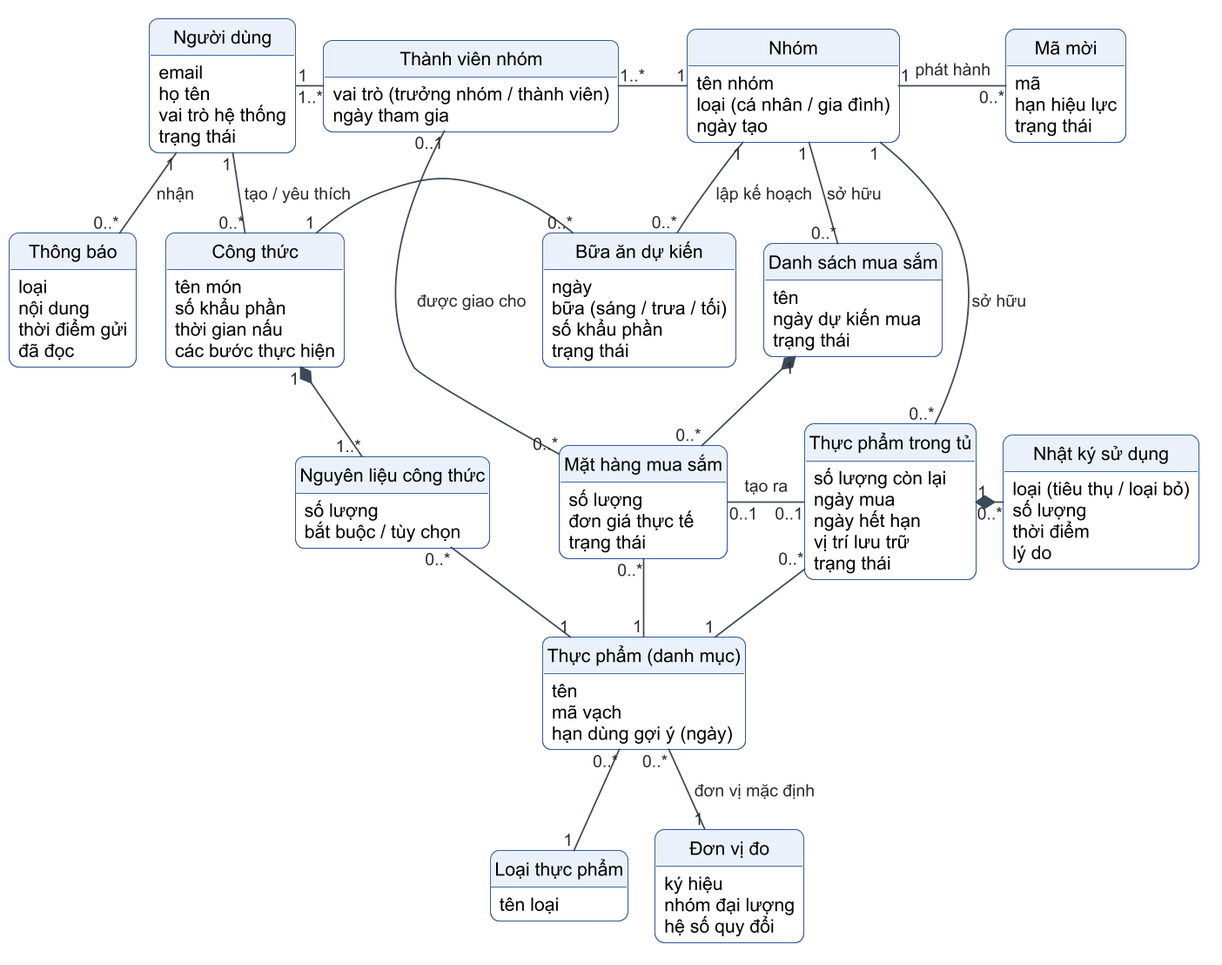
Before: figures/diagrams/c1-10-mo-hinh-khai-niem.png, a diagram exported from PlantUML (PhucNguyen204/report-project). The source it was exported from:
```plantuml
@startuml c1-10-mo-hinh-khai-niem
!include _style.iuml
hide circle
hide methods
skinparam nodesep 45
skinparam ranksep 55

class "Người dùng" as ND {
  email
  họ tên
  vai trò hệ thống
  trạng thái
}
class "Thành viên nhóm" as TV {
  {field} vai trò (trưởng nhóm / thành viên)
  ngày tham gia
}
class "Nhóm" as NH {
  tên nhóm
  {field} loại (cá nhân / gia đình)
  ngày tạo
}
class "Mã mời" as MM {
  mã
  hạn hiệu lực
  trạng thái
}
class "Thông báo" as TB {
  loại
  nội dung
  thời điểm gửi
  đã đọc
}
class "Công thức" as CT {
  tên món
  số khẩu phần
  thời gian nấu
  các bước thực hiện
}
class "Bữa ăn dự kiến" as BA {
  ngày
  {field} bữa (sáng / trưa / tối)
  số khẩu phần
  trạng thái
}
class "Danh sách mua sắm" as DS {
  tên
  ngày dự kiến mua
  trạng thái
}
class "Thực phẩm trong tủ" as TT {
  số lượng còn lại
  ngày mua
  ngày hết hạn
  vị trí lưu trữ
  trạng thái
}
class "Nhật ký sử dụng" as NK {
  {field} loại (tiêu thụ / loại bỏ)
  số lượng
  thời điểm
  lý do
}
class "Nguyên liệu công thức" as NL {
  số lượng
  bắt buộc / tùy chọn
}
class "Mặt hàng mua sắm" as MH {
  số lượng
  đơn giá thực tế
  trạng thái
}
class "Thực phẩm (danh mục)" as TP {
  tên
  mã vạch
  {field} hạn dùng gợi ý (ngày)
}
class "Loại thực phẩm" as LT {
  tên loại
}
class "Đơn vị đo" as DV {
  ký hiệu
  nhóm đại lượng
  hệ số quy đổi
}

ND "1" -right- "1..*" TV
TV "1..*" -right- "1" NH
NH "1" -right- "0..*" MM : phát hành >
ND "1" -down- "0..*" TB : nhận >
ND "1" -down- "0..*" CT : tạo / yêu thích >
NH "1" -down- "0..*" BA : lập kế hoạch >
NH "1" -down- "0..*" DS : sở hữu >
NH "1" -down- "0..*" TT : sở hữu >
CT "1" -right- "0..*" BA
TB -[hidden]right- CT
BA -[hidden]right- DS
CT "1" *-down- "1..*" NL
DS "1" *-down- "0..*" MH
MH "0..*" -up- "0..1" TV : được giao cho >
MH "0..1" -right- "0..1" TT : tạo ra >
TT "1" *-right- "0..*" NK
NL "0..*" -down- "1" TP
MH "0..*" -down- "1" TP
TT "0..*" -down- "1" TP
TP "0..*" -down- "1" LT
TP "0..*" -down- "1" DV : đơn vị mặc định >
@enduml
```
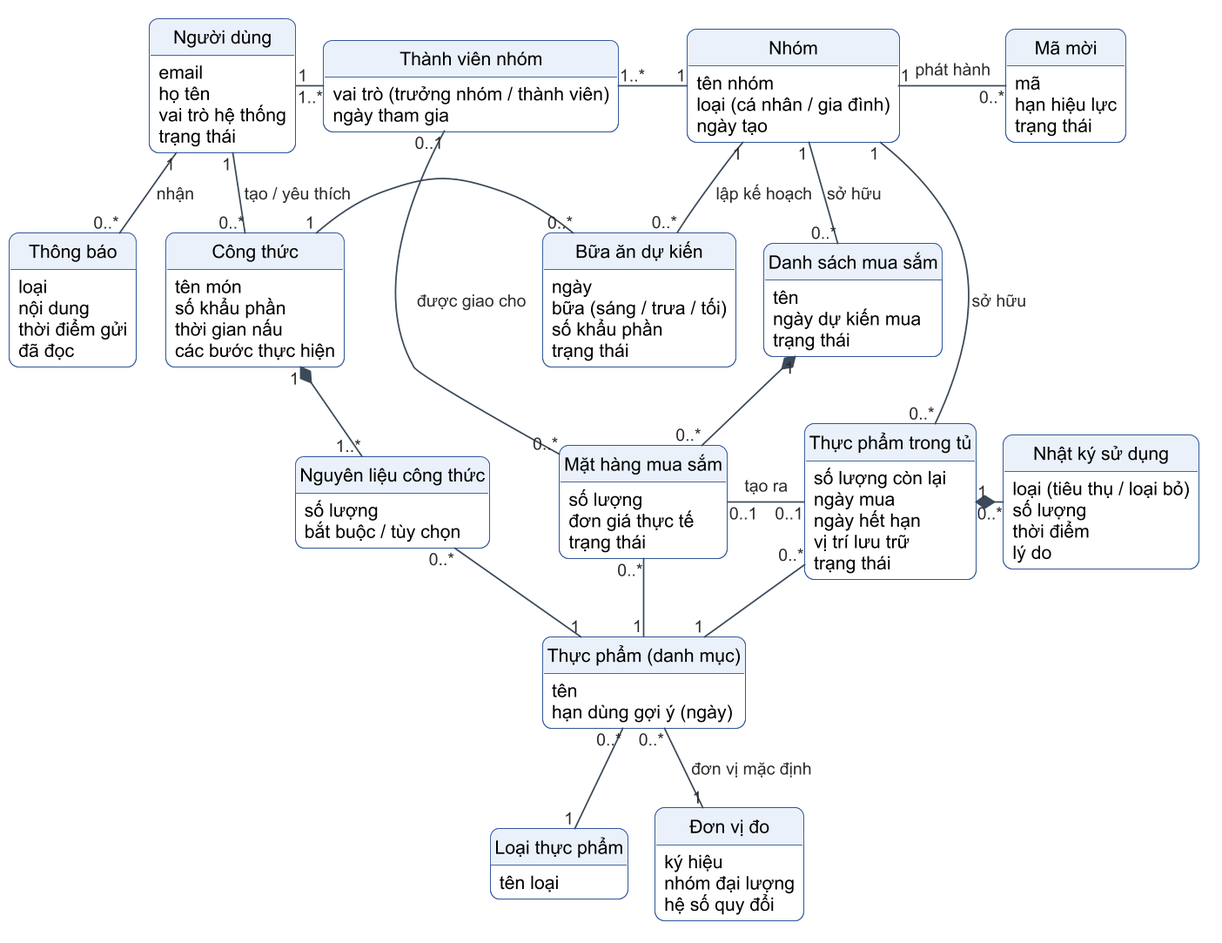
After the commit.

The edit, as a diff of the source:
```diff
@@ -72,7 +72,6 @@
 }
 class "Thực phẩm (danh mục)" as TP {
   tên
-  mã vạch
   {field} hạn dùng gợi ý (ngày)
 }
 class "Loại thực phẩm" as LT {
```
